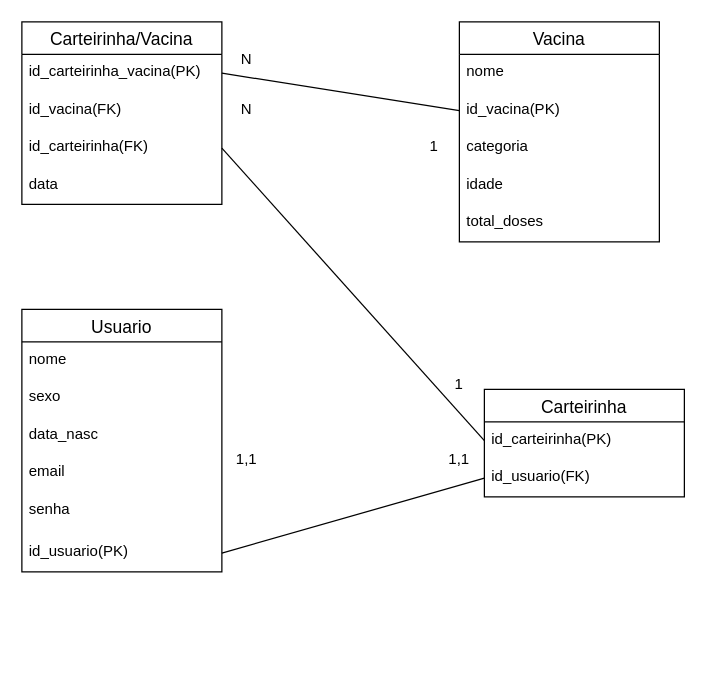
Earlier version of the draw.io diagram documentacao/der.drawio (Carlozo/Vaprotec-carteira-de-vacina-digital). Source tidied: cells renumbered, new cells numbered last; positions are measured from the earlier drawing's top-left corner, leaving out a move shared by most shapes. Both pictures are drawn from the tidied source at 125%, with x=0, y=0 at pixel (21, 21).
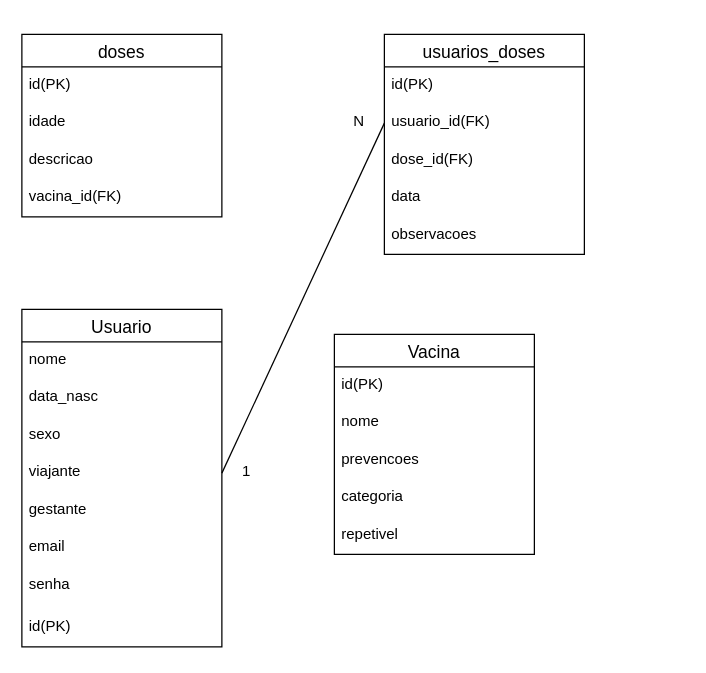
After the change.

The edit, as a diff of the source:
```diff
@@
     <mxCell id="2" value="Usuario" style="swimlane;fontStyle=0;horizontal=1;startSize=26;align=center;fontSize=14;" parent="1" vertex="1">
-      <mxGeometry y="230" width="160" height="210" as="geometry" />
+      <mxGeometry y="230" width="160" height="270" as="geometry" />
     </mxCell>
@@
+    <mxCell id="5" value="data_nasc" style="text;strokeColor=none;fillColor=none;spacingLeft=4;spacingRight=4;overflow=hidden;fontSize=12;" parent="2" vertex="1">
+      <mxGeometry y="56" width="160" height="30" as="geometry" />
+    </mxCell>
     <mxCell id="4" value="sexo" style="text;strokeColor=none;fillColor=none;spacingLeft=4;spacingRight=4;overflow=hidden;fontSize=12;" parent="2" vertex="1">
-      <mxGeometry y="56" width="160" height="30" as="geometry" />
+      <mxGeometry y="86" width="160" height="30" as="geometry" />
     </mxCell>
-    <mxCell id="5" value="data_nasc" style="text;strokeColor=none;fillColor=none;spacingLeft=4;spacingRight=4;overflow=hidden;fontSize=12;" parent="2" vertex="1">
-      <mxGeometry y="86" width="160" height="30" as="geometry" />
-    </mxCell>
+    <mxCell id="32" value="viajante" style="text;strokeColor=none;fillColor=none;spacingLeft=4;spacingRight=4;overflow=hidden;points=[[0,0.5],[1,0.5]];portConstraint=eastwest;fontSize=12;" parent="2" vertex="1">
+      <mxGeometry y="116" width="160" height="30" as="geometry" />
+    </mxCell>
+    <mxCell id="33" value="gestante" style="text;strokeColor=none;fillColor=none;spacingLeft=4;spacingRight=4;overflow=hidden;fontSize=12;" parent="2" vertex="1">
+      <mxGeometry y="146" width="160" height="30" as="geometry" />
+    </mxCell>
     <mxCell id="6" value="email" style="text;strokeColor=none;fillColor=none;spacingLeft=4;spacingRight=4;overflow=hidden;fontSize=12;" parent="2" vertex="1">
-      <mxGeometry y="116" width="160" height="30" as="geometry" />
+      <mxGeometry y="176" width="160" height="30" as="geometry" />
     </mxCell>
     <mxCell id="7" value="senha" style="text;strokeColor=none;fillColor=none;spacingLeft=4;spacingRight=4;overflow=hidden;fontSize=12;" parent="2" vertex="1">
-      <mxGeometry y="146" width="160" height="34" as="geometry" />
+      <mxGeometry y="206" width="160" height="34" as="geometry" />
     </mxCell>
-    <mxCell id="8" value="id_usuario(PK)" style="text;strokeColor=none;fillColor=none;spacingLeft=4;spacingRight=4;overflow=hidden;points=[[0,0.5],[1,0.5]];portConstraint=eastwest;fontSize=12;" parent="2" vertex="1">
-      <mxGeometry y="180" width="160" height="30" as="geometry" />
+    <mxCell id="8" value="id(PK)" style="text;strokeColor=none;fillColor=none;spacingLeft=4;spacingRight=4;overflow=hidden;points=[[0,0.5],[1,0.5]];portConstraint=eastwest;fontSize=12;" parent="2" vertex="1">
+      <mxGeometry y="240" width="160" height="30" as="geometry" />
     </mxCell>
-    <mxCell id="9" value="Carteirinha/Vacina" style="swimlane;fontStyle=0;horizontal=1;startSize=26;align=center;fontSize=14;" parent="1" vertex="1">
-      <mxGeometry width="160" height="146" as="geometry" />
-    </mxCell>
-    <mxCell id="10" value="id_carteirinha_vacina(PK)" style="text;strokeColor=none;fillColor=none;spacingLeft=4;spacingRight=4;overflow=hidden;points=[[0,0.5],[1,0.5]];portConstraint=eastwest;fontSize=12;" parent="9" vertex="1">
-      <mxGeometry y="26" width="160" height="30" as="geometry" />
-    </mxCell>
-    <mxCell id="11" value="id_vacina(FK)" style="text;strokeColor=none;fillColor=none;spacingLeft=4;spacingRight=4;overflow=hidden;fontSize=12;" parent="9" vertex="1">
-      <mxGeometry y="56" width="160" height="30" as="geometry" />
-    </mxCell>
-    <mxCell id="12" value="id_carteirinha(FK)" style="text;strokeColor=none;fillColor=none;spacingLeft=4;spacingRight=4;overflow=hidden;points=[[0,0.5],[1,0.5]];portConstraint=eastwest;fontSize=12;" parent="9" vertex="1">
-      <mxGeometry y="86" width="160" height="30" as="geometry" />
-    </mxCell>
-    <mxCell id="13" value="data" style="text;strokeColor=none;fillColor=none;spacingLeft=4;spacingRight=4;overflow=hidden;fontSize=12;" parent="9" vertex="1">
-      <mxGeometry y="116" width="160" height="30" as="geometry" />
-    </mxCell>
-    <mxCell id="14" value="Carteirinha" style="swimlane;fontStyle=0;horizontal=1;startSize=26;align=center;fontSize=14;" parent="1" vertex="1">
-      <mxGeometry x="370" y="294" width="160" height="86" as="geometry" />
-    </mxCell>
-    <mxCell id="15" value="id_carteirinha(PK)" style="text;strokeColor=none;fillColor=none;spacingLeft=4;spacingRight=4;overflow=hidden;points=[[0,0.5],[1,0.5]];portConstraint=eastwest;fontSize=12;" parent="14" vertex="1">
-      <mxGeometry y="26" width="160" height="30" as="geometry" />
-    </mxCell>
-    <mxCell id="16" value="id_usuario(FK)" style="text;strokeColor=none;fillColor=none;spacingLeft=4;spacingRight=4;overflow=hidden;points=[[0,0.5],[1,0.5]];portConstraint=eastwest;fontSize=12;" parent="14" vertex="1">
-      <mxGeometry y="56" width="160" height="30" as="geometry" />
-    </mxCell>
     <mxCell id="17" value="Vacina" style="swimlane;fontStyle=0;horizontal=1;startSize=26;align=center;fontSize=14;" parent="1" vertex="1">
-      <mxGeometry x="350" width="160" height="176" as="geometry" />
+      <mxGeometry x="250" y="250" width="160" height="176" as="geometry" />
     </mxCell>
+    <mxCell id="19" value="id(PK)" style="text;strokeColor=none;fillColor=none;spacingLeft=4;spacingRight=4;overflow=hidden;points=[[0,0.5],[1,0.5]];portConstraint=eastwest;fontSize=12;" parent="17" vertex="1">
+      <mxGeometry y="26" width="160" height="30" as="geometry" />
+    </mxCell>
     <mxCell id="18" value="nome" style="text;strokeColor=none;fillColor=none;spacingLeft=4;spacingRight=4;overflow=hidden;fontSize=12;" parent="17" vertex="1">
-      <mxGeometry y="26" width="160" height="30" as="geometry" />
+      <mxGeometry y="56" width="160" height="30" as="geometry" />
     </mxCell>
-    <mxCell id="19" value="id_vacina(PK)" style="text;strokeColor=none;fillColor=none;spacingLeft=4;spacingRight=4;overflow=hidden;points=[[0,0.5],[1,0.5]];portConstraint=eastwest;fontSize=12;" parent="17" vertex="1">
-      <mxGeometry y="56" width="160" height="30" as="geometry" />
-    </mxCell>
+    <mxCell id="34" value="prevencoes" style="text;strokeColor=none;fillColor=none;spacingLeft=4;spacingRight=4;overflow=hidden;fontSize=12;" parent="17" vertex="1">
+      <mxGeometry y="86" width="160" height="30" as="geometry" />
+    </mxCell>
     <mxCell id="20" value="categoria" style="text;strokeColor=none;fillColor=none;spacingLeft=4;spacingRight=4;overflow=hidden;fontSize=12;" parent="17" vertex="1">
-      <mxGeometry y="86" width="160" height="30" as="geometry" />
+      <mxGeometry y="116" width="160" height="30" as="geometry" />
     </mxCell>
-    <mxCell id="21" value="idade" style="text;strokeColor=none;fillColor=none;spacingLeft=4;spacingRight=4;overflow=hidden;fontSize=12;" parent="17" vertex="1">
-      <mxGeometry y="116" width="160" height="30" as="geometry" />
+    <mxCell id="21" value="repetivel" style="text;strokeColor=none;fillColor=none;spacingLeft=4;spacingRight=4;overflow=hidden;fontSize=12;" parent="17" vertex="1">
+      <mxGeometry y="146" width="160" height="30" as="geometry" />
     </mxCell>
-    <mxCell id="22" value="total_doses" style="text;strokeColor=none;fillColor=none;spacingLeft=4;spacingRight=4;overflow=hidden;fontSize=12;" parent="17" vertex="1">
-      <mxGeometry y="146" width="160" height="30" as="geometry" />
-    </mxCell>
-    <mxCell id="23" style="endArrow=none;html=1;exitX=1;exitY=0.5;exitDx=0;exitDy=0;entryX=0;entryY=0.5;entryDx=0;entryDy=0;" parent="1" edge="1" source="8" target="16">
-      <mxGeometry relative="1" as="geometry" />
-    </mxCell>
-    <mxCell id="24" style="endArrow=none;html=1;entryX=1;entryY=0.5;entryDx=0;entryDy=0;exitX=0;exitY=0.5;exitDx=0;exitDy=0;" parent="1" edge="1" source="15" target="12">
-      <mxGeometry relative="1" as="geometry" />
-    </mxCell>
-    <mxCell id="25" style="endArrow=none;html=1;entryX=1;entryY=0.5;entryDx=0;entryDy=0;exitX=0;exitY=0.5;exitDx=0;exitDy=0;" parent="1" edge="1" source="19" target="10">
-      <mxGeometry relative="1" as="geometry" />
-    </mxCell>
-    <mxCell id="26" value="1,1" style="text;html=1;strokeColor=none;fillColor=none;align=center;verticalAlign=middle;whiteSpace=wrap;rounded=0;" parent="1" vertex="1">
-      <mxGeometry x="160" y="340" width="40" height="20" as="geometry" />
-    </mxCell>
-    <mxCell id="27" value="1" style="text;html=1;strokeColor=none;fillColor=none;align=center;verticalAlign=middle;whiteSpace=wrap;rounded=0;" parent="1" vertex="1">
-      <mxGeometry x="310" y="90" width="40" height="20" as="geometry" />
-    </mxCell>
-    <mxCell id="28" value="1,1" style="text;html=1;strokeColor=none;fillColor=none;align=center;verticalAlign=middle;whiteSpace=wrap;rounded=0;" parent="1" vertex="1">
-      <mxGeometry x="330" y="340" width="40" height="20" as="geometry" />
-    </mxCell>
-    <mxCell id="29" value="N" style="text;html=1;strokeColor=none;fillColor=none;align=center;verticalAlign=middle;whiteSpace=wrap;rounded=0;" parent="1" vertex="1">
-      <mxGeometry x="160" y="60" width="40" height="20" as="geometry" />
-    </mxCell>
-    <mxCell id="30" value="N" style="text;html=1;strokeColor=none;fillColor=none;align=center;verticalAlign=middle;whiteSpace=wrap;rounded=0;" parent="1" vertex="1">
-      <mxGeometry x="160" y="20" width="40" height="20" as="geometry" />
-    </mxCell>
-    <mxCell id="31" value="1" style="text;html=1;strokeColor=none;fillColor=none;align=center;verticalAlign=middle;whiteSpace=wrap;rounded=0;" parent="1" vertex="1">
-      <mxGeometry x="330" y="280" width="40" height="20" as="geometry" />
-    </mxCell>
+    <mxCell id="35" value="usuarios_doses" style="swimlane;fontStyle=0;horizontal=1;startSize=26;align=center;fontSize=14;" parent="1" vertex="1">
+      <mxGeometry x="290" y="10" width="160" height="176" as="geometry" />
+    </mxCell>
+    <mxCell id="36" value="id(PK)" style="text;strokeColor=none;fillColor=none;spacingLeft=4;spacingRight=4;overflow=hidden;fontSize=12;" parent="35" vertex="1">
+      <mxGeometry y="26" width="160" height="30" as="geometry" />
+    </mxCell>
+    <mxCell id="37" value="usuario_id(FK)" style="text;strokeColor=none;fillColor=none;spacingLeft=4;spacingRight=4;overflow=hidden;points=[[0,0.5],[1,0.5]];portConstraint=eastwest;fontSize=12;" parent="35" vertex="1">
+      <mxGeometry y="56" width="160" height="30" as="geometry" />
+    </mxCell>
+    <mxCell id="38" value="dose_id(FK)" style="text;strokeColor=none;fillColor=none;spacingLeft=4;spacingRight=4;overflow=hidden;fontSize=12;" parent="35" vertex="1">
+      <mxGeometry y="86" width="160" height="30" as="geometry" />
+    </mxCell>
+    <mxCell id="13" value="data" style="text;strokeColor=none;fillColor=none;spacingLeft=4;spacingRight=4;overflow=hidden;fontSize=12;" parent="35" vertex="1">
+      <mxGeometry y="116" width="160" height="30" as="geometry" />
+    </mxCell>
+    <mxCell id="39" value="observacoes" style="text;strokeColor=none;fillColor=none;spacingLeft=4;spacingRight=4;overflow=hidden;fontSize=12;" parent="35" vertex="1">
+      <mxGeometry y="146" width="160" height="30" as="geometry" />
+    </mxCell>
+    <mxCell id="40" value="doses" style="swimlane;fontStyle=0;horizontal=1;startSize=26;align=center;fontSize=14;" parent="1" vertex="1">
+      <mxGeometry y="10" width="160" height="146" as="geometry" />
+    </mxCell>
+    <mxCell id="41" value="id(PK)" style="text;strokeColor=none;fillColor=none;spacingLeft=4;spacingRight=4;overflow=hidden;fontSize=12;" parent="40" vertex="1">
+      <mxGeometry y="26" width="160" height="30" as="geometry" />
+    </mxCell>
+    <mxCell id="42" value="idade" style="text;strokeColor=none;fillColor=none;spacingLeft=4;spacingRight=4;overflow=hidden;fontSize=12;" parent="40" vertex="1">
+      <mxGeometry y="56" width="160" height="30" as="geometry" />
+    </mxCell>
+    <mxCell id="43" value="descricao" style="text;strokeColor=none;fillColor=none;spacingLeft=4;spacingRight=4;overflow=hidden;fontSize=12;" parent="40" vertex="1">
+      <mxGeometry y="86" width="160" height="30" as="geometry" />
+    </mxCell>
+    <mxCell id="44" value="vacina_id(FK)" style="text;strokeColor=none;fillColor=none;spacingLeft=4;spacingRight=4;overflow=hidden;fontSize=12;" parent="40" vertex="1">
+      <mxGeometry y="116" width="160" height="30" as="geometry" />
+    </mxCell>
+    <mxCell id="45" style="endArrow=none;html=1;exitX=1;exitY=0.5;exitDx=0;exitDy=0;entryX=0;entryY=0.5;entryDx=0;entryDy=0;" parent="1" edge="1" source="32" target="37">
+      <mxGeometry relative="1" as="geometry" />
+    </mxCell>
+    <mxCell id="46" value="1" style="text;html=1;strokeColor=none;fillColor=none;align=center;verticalAlign=middle;whiteSpace=wrap;rounded=0;" parent="1" vertex="1">
+      <mxGeometry x="160" y="350" width="40" height="20" as="geometry" />
+    </mxCell>
+    <mxCell id="47" value="N" style="text;html=1;strokeColor=none;fillColor=none;align=center;verticalAlign=middle;whiteSpace=wrap;rounded=0;" parent="1" vertex="1">
+      <mxGeometry x="250" y="70" width="40" height="20" as="geometry" />
+    </mxCell>
```
